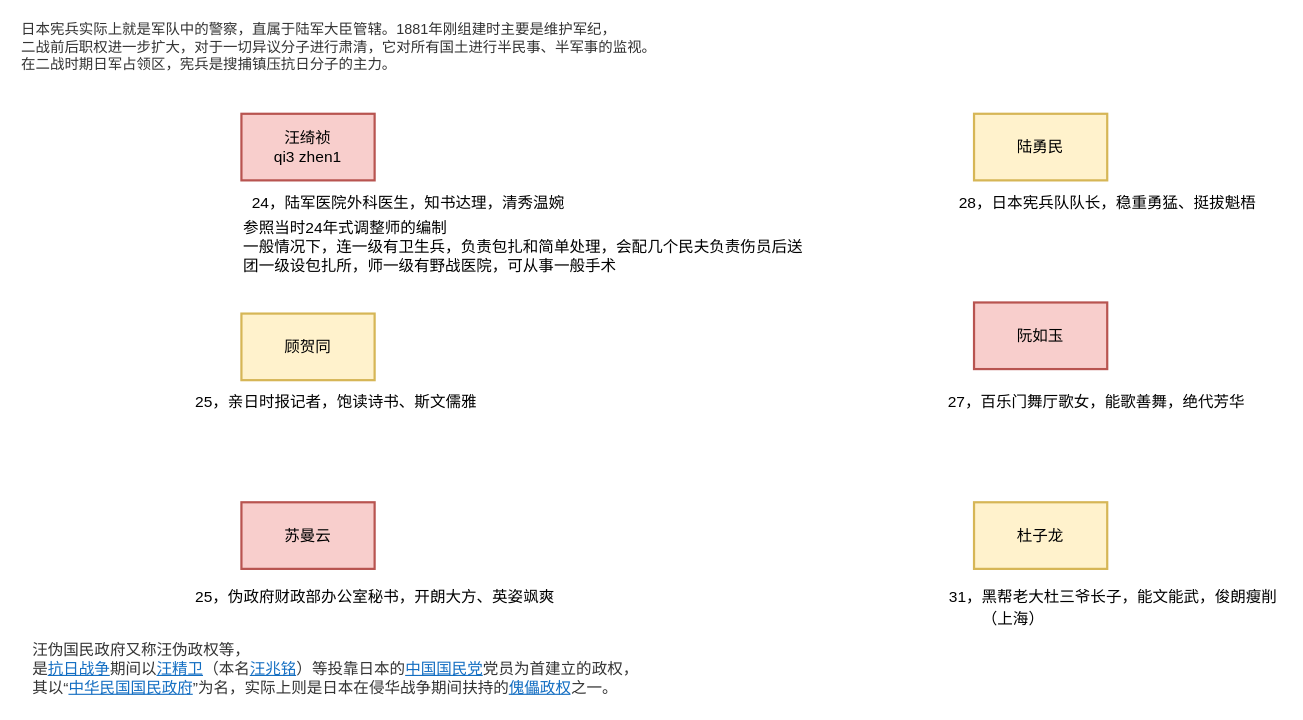
The draw.io diagram Untitled Diagram.drawio in zyowo/zyowo, before the edit. Source tidied: cells renumbered, new cells numbered last; positions are measured from the earlier drawing's top-left corner, leaving out a move shared by most shapes. Both pictures are drawn from the tidied source at 111%, with x=0, y=0 at pixel (19, 19).
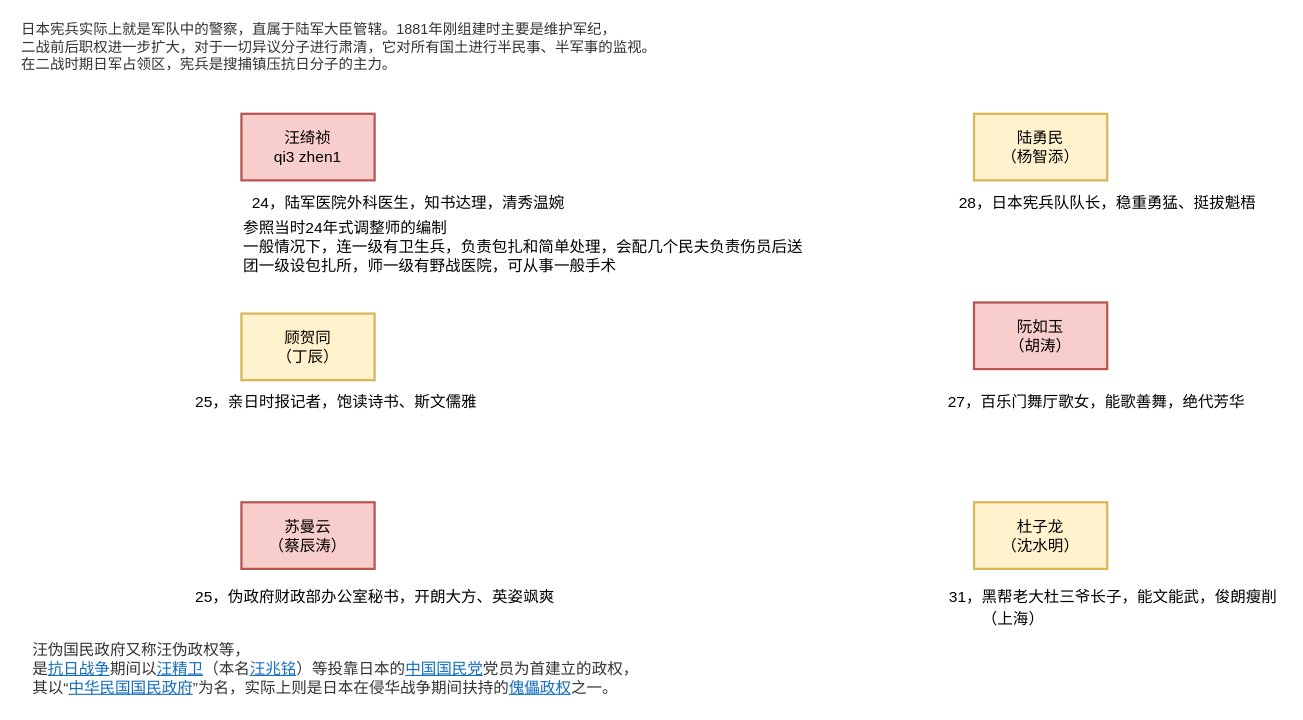
The same page after the edit.

What changed in the source:
```diff
@@
 <mxGraphModel>
   <root>
     <mxCell id="0" />
     <mxCell id="1" parent="0" />
     <mxCell id="2" value="汪绮祯&lt;br style=&quot;font-size: 14px;&quot;&gt;qi3 zhen1" style="whiteSpace=wrap;html=1;fontSize=14;fillColor=#f8cecc;strokeColor=#b85450;strokeWidth=2;" parent="1" vertex="1">
       <mxGeometry x="200" y="85" width="120" height="60" as="geometry" />
     </mxCell>
-    <mxCell id="3" value="顾贺同" style="rounded=0;whiteSpace=wrap;html=1;fontSize=14;strokeWidth=2;fillColor=#fff2cc;strokeColor=#d6b656;" parent="1" vertex="1">
+    <mxCell id="3" value="顾贺同&lt;br&gt;（丁辰）" style="rounded=0;whiteSpace=wrap;html=1;fontSize=14;strokeWidth=2;fillColor=#fff2cc;strokeColor=#d6b656;" parent="1" vertex="1">
       <mxGeometry x="200" y="265" width="120" height="60" as="geometry" />
     </mxCell>
     <mxCell id="4" value="24，陆军医院外科医生，知书达理，清秀温婉" style="text;html=1;align=center;verticalAlign=middle;strokeColor=none;fontSize=14;" parent="1" vertex="1">
       <mxGeometry x="200" y="155" width="300" height="20" as="geometry" />
     </mxCell>
     <mxCell id="5" value="25，亲日时报记者，饱读诗书、斯文儒雅" style="text;html=1;align=center;verticalAlign=middle;strokeColor=none;fontSize=14;" parent="1" vertex="1">
       <mxGeometry x="150" y="335" width="270" height="20" as="geometry" />
     </mxCell>
-    <mxCell id="6" value="苏曼云" style="rounded=0;whiteSpace=wrap;html=1;fontSize=14;strokeWidth=2;fillColor=#f8cecc;strokeColor=#b85450;" parent="1" vertex="1">
+    <mxCell id="6" value="苏曼云&lt;br&gt;（蔡辰涛）" style="rounded=0;whiteSpace=wrap;html=1;fontSize=14;strokeWidth=2;fillColor=#f8cecc;strokeColor=#b85450;" parent="1" vertex="1">
       <mxGeometry x="200" y="435" width="120" height="60" as="geometry" />
     </mxCell>
     <mxCell id="7" value="25，伪政府财政部办公室秘书，开朗大方、英姿飒爽" style="text;html=1;align=center;verticalAlign=middle;strokeColor=none;fontSize=14;" parent="1" vertex="1">
       <mxGeometry x="150" y="510" width="340" height="20" as="geometry" />
     </mxCell>
-    <mxCell id="8" value="陆勇民" style="rounded=0;whiteSpace=wrap;html=1;fontSize=14;strokeWidth=2;fillColor=#fff2cc;strokeColor=#d6b656;" parent="1" vertex="1">
+    <mxCell id="8" value="陆勇民&lt;br&gt;（杨智添）" style="rounded=0;whiteSpace=wrap;html=1;fontSize=14;strokeWidth=2;fillColor=#fff2cc;strokeColor=#d6b656;" parent="1" vertex="1">
       <mxGeometry x="860" y="85" width="120" height="60" as="geometry" />
     </mxCell>
     <mxCell id="9" value="28，日本宪兵队队长，稳重勇猛、挺拔魁梧" style="text;html=1;align=center;verticalAlign=middle;strokeColor=none;fontSize=14;" parent="1" vertex="1">
       <mxGeometry x="840" y="155" width="280" height="20" as="geometry" />
     </mxCell>
-    <mxCell id="10" value="阮如玉" style="rounded=0;whiteSpace=wrap;html=1;fontSize=14;strokeWidth=2;fillColor=#f8cecc;strokeColor=#b85450;" parent="1" vertex="1">
+    <mxCell id="10" value="阮如玉&lt;br&gt;（胡涛）" style="rounded=0;whiteSpace=wrap;html=1;fontSize=14;strokeWidth=2;fillColor=#f8cecc;strokeColor=#b85450;" parent="1" vertex="1">
       <mxGeometry x="860" y="255" width="120" height="60" as="geometry" />
     </mxCell>
     <mxCell id="11" value="&lt;span style=&quot;color: rgb(51, 51, 51); font-family: arial; font-size: 13px; background-color: rgb(255, 255, 255);&quot;&gt;日本宪兵实际上就是军队中的警察，直属于陆军大臣管辖。1881年刚组建时主要是维护军纪，&lt;br style=&quot;font-size: 13px;&quot;&gt;二战前后职权进一步扩大，对于一切异议分子进行肃清，它对所有国土进行半民事、半军事的监视。&lt;br style=&quot;font-size: 13px;&quot;&gt;在二战时期日军占领区，宪兵是搜捕镇压抗日分子的主力。&lt;/span&gt;" style="text;html=1;align=left;verticalAlign=middle;strokeColor=none;fontSize=13;" parent="1" vertex="1">
       <mxGeometry width="590" height="50" as="geometry" />
     </mxCell>
     <mxCell id="12" value="27，百乐门舞厅歌女，能歌善舞，绝代芳华" style="text;html=1;align=center;verticalAlign=middle;strokeColor=none;fontSize=14;" parent="1" vertex="1">
       <mxGeometry x="830" y="335" width="280" height="20" as="geometry" />
     </mxCell>
     <mxCell id="13" value="&lt;div&gt;参照当时24年式调整师的编制&lt;/div&gt;&lt;div&gt;一般情况下，连一级有卫生兵，负责包扎和简单处理，会配几个民夫负责伤员后送&lt;/div&gt;&lt;div&gt;团一级设包扎所，师一级有野战医院，可从事一般手术&lt;/div&gt;" style="text;html=1;align=left;verticalAlign=middle;strokeColor=none;fontSize=14;" parent="1" vertex="1">
       <mxGeometry x="200" y="175" width="520" height="60" as="geometry" />
     </mxCell>
-    <mxCell id="14" value="杜子龙" style="rounded=0;whiteSpace=wrap;html=1;fontSize=14;strokeWidth=2;fillColor=#fff2cc;strokeColor=#d6b656;" parent="1" vertex="1">
+    <mxCell id="14" value="杜子龙&lt;br&gt;（沈水明）" style="rounded=0;whiteSpace=wrap;html=1;fontSize=14;strokeWidth=2;fillColor=#fff2cc;strokeColor=#d6b656;" parent="1" vertex="1">
       <mxGeometry x="860" y="435" width="120" height="60" as="geometry" />
     </mxCell>
     <mxCell id="15" value="31，黑帮老大杜三爷长子，能文能武，俊朗瘦削" style="text;html=1;align=center;verticalAlign=middle;strokeColor=none;fontSize=14;" parent="1" vertex="1">
       <mxGeometry x="830" y="510" width="310" height="20" as="geometry" />
     </mxCell>
     <mxCell id="16" value="（上海）" style="text;html=1;align=center;verticalAlign=middle;strokeColor=none;fontSize=14;" parent="1" vertex="1">
       <mxGeometry x="860" y="530" width="70" height="20" as="geometry" />
     </mxCell>
     <mxCell id="17" value="&lt;span style=&quot;color: rgb(51 , 51 , 51) ; font-family: &amp;quot;arial&amp;quot; , , sans-serif ; text-indent: 28px ; background-color: rgb(255 , 255 , 255)&quot;&gt;汪伪国民政府又称汪伪政权等，&lt;br&gt;是&lt;/span&gt;&lt;a target=&quot;_blank&quot; href=&quot;https://baike.baidu.com/item/%E6%8A%97%E6%97%A5%E6%88%98%E4%BA%89/128498&quot; style=&quot;color: rgb(19 , 110 , 194) ; font-family: &amp;quot;arial&amp;quot; , , sans-serif ; text-indent: 28px ; background-color: rgb(255 , 255 , 255)&quot;&gt;抗日战争&lt;/a&gt;&lt;span style=&quot;color: rgb(51 , 51 , 51) ; font-family: &amp;quot;arial&amp;quot; , , sans-serif ; text-indent: 28px ; background-color: rgb(255 , 255 , 255)&quot;&gt;期间以&lt;/span&gt;&lt;a target=&quot;_blank&quot; href=&quot;https://baike.baidu.com/item/%E6%B1%AA%E7%B2%BE%E5%8D%AB/739510&quot; style=&quot;color: rgb(19 , 110 , 194) ; font-family: &amp;quot;arial&amp;quot; , , sans-serif ; text-indent: 28px ; background-color: rgb(255 , 255 , 255)&quot;&gt;汪精卫&lt;/a&gt;&lt;span style=&quot;color: rgb(51 , 51 , 51) ; font-family: &amp;quot;arial&amp;quot; , , sans-serif ; text-indent: 28px ; background-color: rgb(255 , 255 , 255)&quot;&gt;（本名&lt;/span&gt;&lt;a target=&quot;_blank&quot; href=&quot;https://baike.baidu.com/item/%E6%B1%AA%E5%85%86%E9%93%AD/424458&quot; style=&quot;color: rgb(19 , 110 , 194) ; font-family: &amp;quot;arial&amp;quot; , , sans-serif ; text-indent: 28px ; background-color: rgb(255 , 255 , 255)&quot;&gt;汪兆铭&lt;/a&gt;&lt;span style=&quot;color: rgb(51 , 51 , 51) ; font-family: &amp;quot;arial&amp;quot; , , sans-serif ; text-indent: 28px ; background-color: rgb(255 , 255 , 255)&quot;&gt;）等投靠日本的&lt;/span&gt;&lt;a target=&quot;_blank&quot; href=&quot;https://baike.baidu.com/item/%E4%B8%AD%E5%9B%BD%E5%9B%BD%E6%B0%91%E5%85%9A/127600&quot; style=&quot;color: rgb(19 , 110 , 194) ; font-family: &amp;quot;arial&amp;quot; , , sans-serif ; text-indent: 28px ; background-color: rgb(255 , 255 , 255)&quot;&gt;中国国民党&lt;/a&gt;&lt;span style=&quot;color: rgb(51 , 51 , 51) ; font-family: &amp;quot;arial&amp;quot; , , sans-serif ; text-indent: 28px ; background-color: rgb(255 , 255 , 255)&quot;&gt;党员为首建立的政权，&lt;br&gt;其以“&lt;/span&gt;&lt;a target=&quot;_blank&quot; href=&quot;https://baike.baidu.com/item/%E4%B8%AD%E5%8D%8E%E6%B0%91%E5%9B%BD%E5%9B%BD%E6%B0%91%E6%94%BF%E5%BA%9C/8947702&quot; style=&quot;color: rgb(19 , 110 , 194) ; font-family: &amp;quot;arial&amp;quot; , , sans-serif ; text-indent: 28px ; background-color: rgb(255 , 255 , 255)&quot;&gt;中华民国国民政府&lt;/a&gt;&lt;span style=&quot;color: rgb(51 , 51 , 51) ; font-family: &amp;quot;arial&amp;quot; , , sans-serif ; text-indent: 28px ; background-color: rgb(255 , 255 , 255)&quot;&gt;”为名，实际上则是日本在侵华战争期间扶持的&lt;/span&gt;&lt;a target=&quot;_blank&quot; href=&quot;https://baike.baidu.com/item/%E5%82%80%E5%84%A1%E6%94%BF%E6%9D%83/1777543&quot; style=&quot;color: rgb(19 , 110 , 194) ; font-family: &amp;quot;arial&amp;quot; , , sans-serif ; text-indent: 28px ; background-color: rgb(255 , 255 , 255)&quot;&gt;傀儡政权&lt;/a&gt;&lt;span style=&quot;color: rgb(51 , 51 , 51) ; font-family: &amp;quot;arial&amp;quot; , , sans-serif ; text-indent: 28px ; background-color: rgb(255 , 255 , 255)&quot;&gt;之一。&lt;/span&gt;" style="text;html=1;align=left;verticalAlign=middle;strokeColor=none;fontSize=14;" parent="1" vertex="1">
       <mxGeometry x="10" y="555" width="560" height="60" as="geometry" />
     </mxCell>
   </root>
 </mxGraphModel>
```
